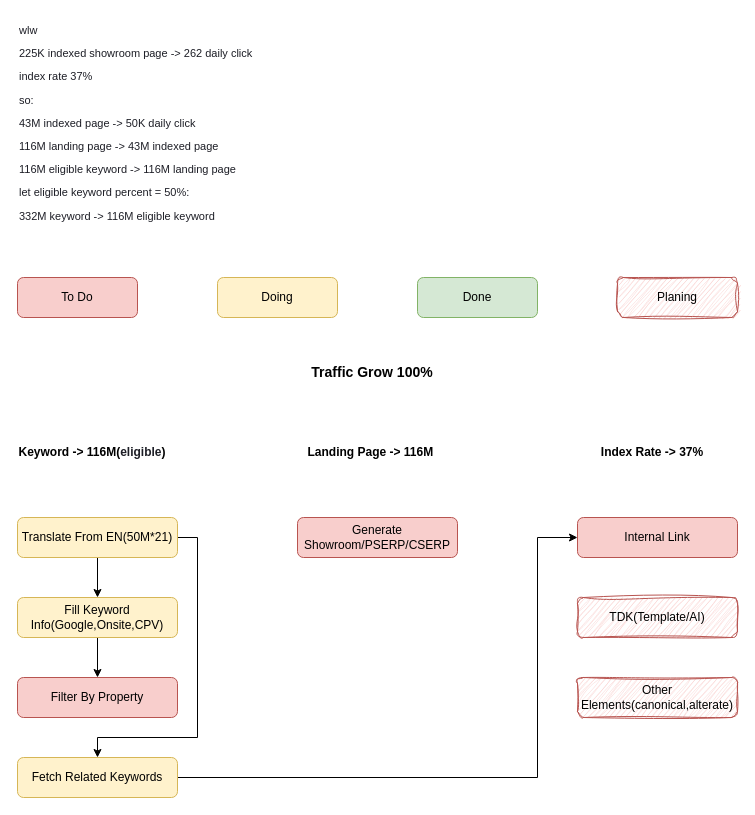
VisableHarry/seo-drawio keeps this draw.io diagram as drawio/OKR.drawio. Above is the earlier version. Source tidied: cells renumbered, new cells numbered last; positions are measured from the earlier drawing's top-left corner, leaving out a move shared by most shapes. Both pictures are drawn from the tidied source at 100%, with x=0, y=0 at pixel (17, 17).
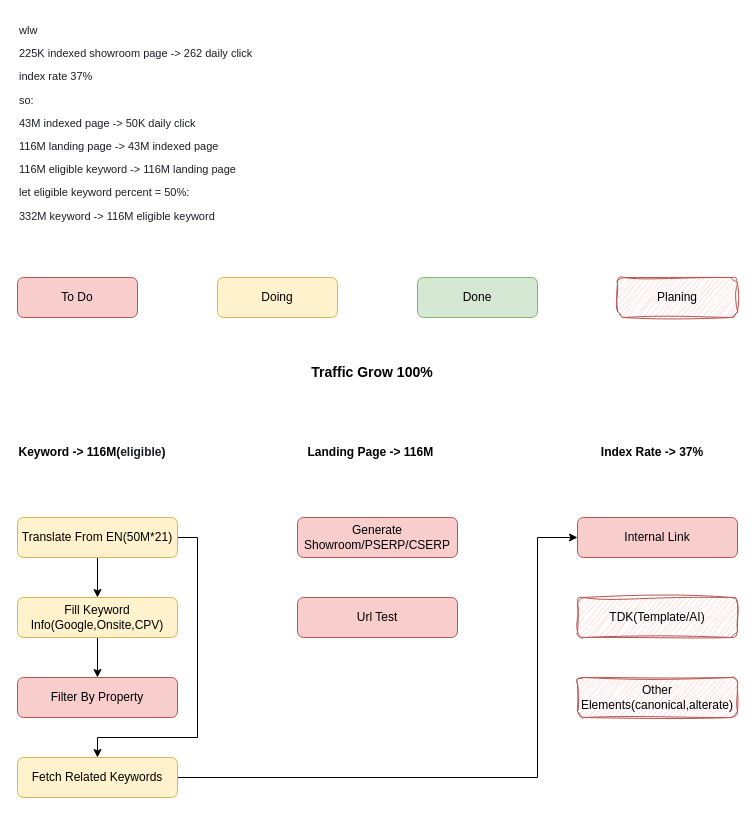
The same diagram, later.

What changed in the source:
```diff
@@
+    <mxCell id="23" value="Url Test" style="rounded=1;whiteSpace=wrap;html=1;fillColor=#f8cecc;strokeColor=#b85450;" parent="1" vertex="1">
+      <mxGeometry x="280" y="580" width="160" height="40" as="geometry" />
+    </mxCell>
```
